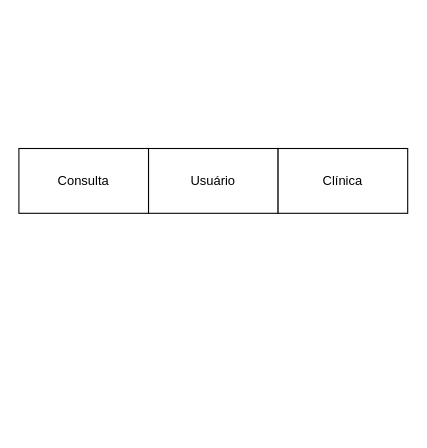
Before: Projeto_Health_Clinic.drawio in wolf-muuh/projetoHealthClinic, a draw.io diagram. Source tidied: cells renumbered, new cells numbered last; positions are measured from the earlier drawing's top-left corner, leaving out a move shared by most shapes. Both pictures are drawn from the tidied source at 108%, with x=0, y=0 at pixel (18, 148).
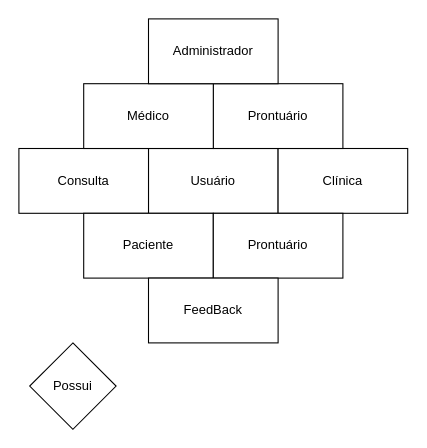
The same page after the edit.

Change to the diagram source:
```diff
@@
 <mxGraphModel>
   <root>
     <mxCell id="0" />
     <mxCell id="1" parent="0" />
     <mxCell id="2" value="Usuário" style="rounded=0;whiteSpace=wrap;html=1;" parent="1" vertex="1">
       <mxGeometry x="120" width="120" height="60" as="geometry" />
     </mxCell>
     <mxCell id="3" value="Consulta" style="rounded=0;whiteSpace=wrap;html=1;" parent="1" vertex="1">
       <mxGeometry width="120" height="60" as="geometry" />
     </mxCell>
     <mxCell id="4" value="Clínica" style="rounded=0;whiteSpace=wrap;html=1;" parent="1" vertex="1">
       <mxGeometry x="240" width="120" height="60" as="geometry" />
     </mxCell>
+    <mxCell id="5" value="Prontuário" style="rounded=0;whiteSpace=wrap;html=1;" parent="1" vertex="1">
+      <mxGeometry x="180" y="-60" width="120" height="60" as="geometry" />
+    </mxCell>
+    <mxCell id="6" value="Médico" style="rounded=0;whiteSpace=wrap;html=1;" parent="1" vertex="1">
+      <mxGeometry x="60" y="-60" width="120" height="60" as="geometry" />
+    </mxCell>
+    <mxCell id="7" value="Administrador" style="rounded=0;whiteSpace=wrap;html=1;" parent="1" vertex="1">
+      <mxGeometry x="120" y="-120" width="120" height="60" as="geometry" />
+    </mxCell>
+    <mxCell id="8" value="Paciente" style="rounded=0;whiteSpace=wrap;html=1;" parent="1" vertex="1">
+      <mxGeometry x="60" y="60" width="120" height="60" as="geometry" />
+    </mxCell>
+    <mxCell id="9" value="Prontuário" style="rounded=0;whiteSpace=wrap;html=1;" parent="1" vertex="1">
+      <mxGeometry x="180" y="60" width="120" height="60" as="geometry" />
+    </mxCell>
+    <mxCell id="10" value="Possui" style="rhombus;whiteSpace=wrap;html=1;" parent="1" vertex="1">
+      <mxGeometry x="10" y="180" width="80" height="80" as="geometry" />
+    </mxCell>
+    <mxCell id="11" value="FeedBack" style="rounded=0;whiteSpace=wrap;html=1;" parent="1" vertex="1">
+      <mxGeometry x="120" y="120" width="120" height="60" as="geometry" />
+    </mxCell>
   </root>
 </mxGraphModel>
```
